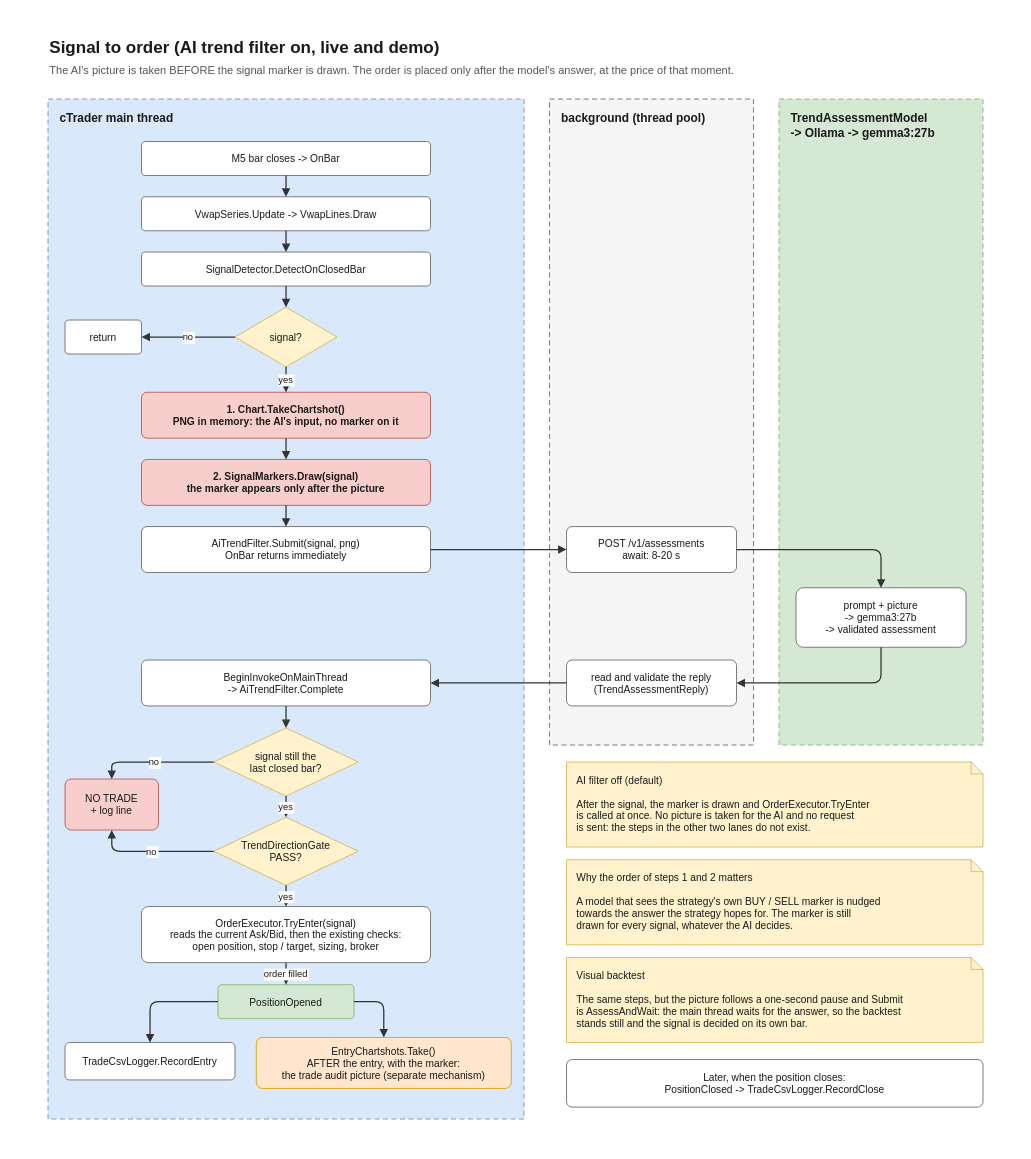
richardgong1987/VWAPTradeAI keeps this draw.io diagram as page "2. Signal to order" (2 of 6) of docs/architecture.drawio. Above is the earlier version. Source tidied: cells renumbered, new cells numbered last; positions are measured from the earlier drawing's top-left corner, leaving out a move shared by most shapes. Both pictures are drawn from the tidied source at 85%, with x=0, y=0 at pixel (14, 14).
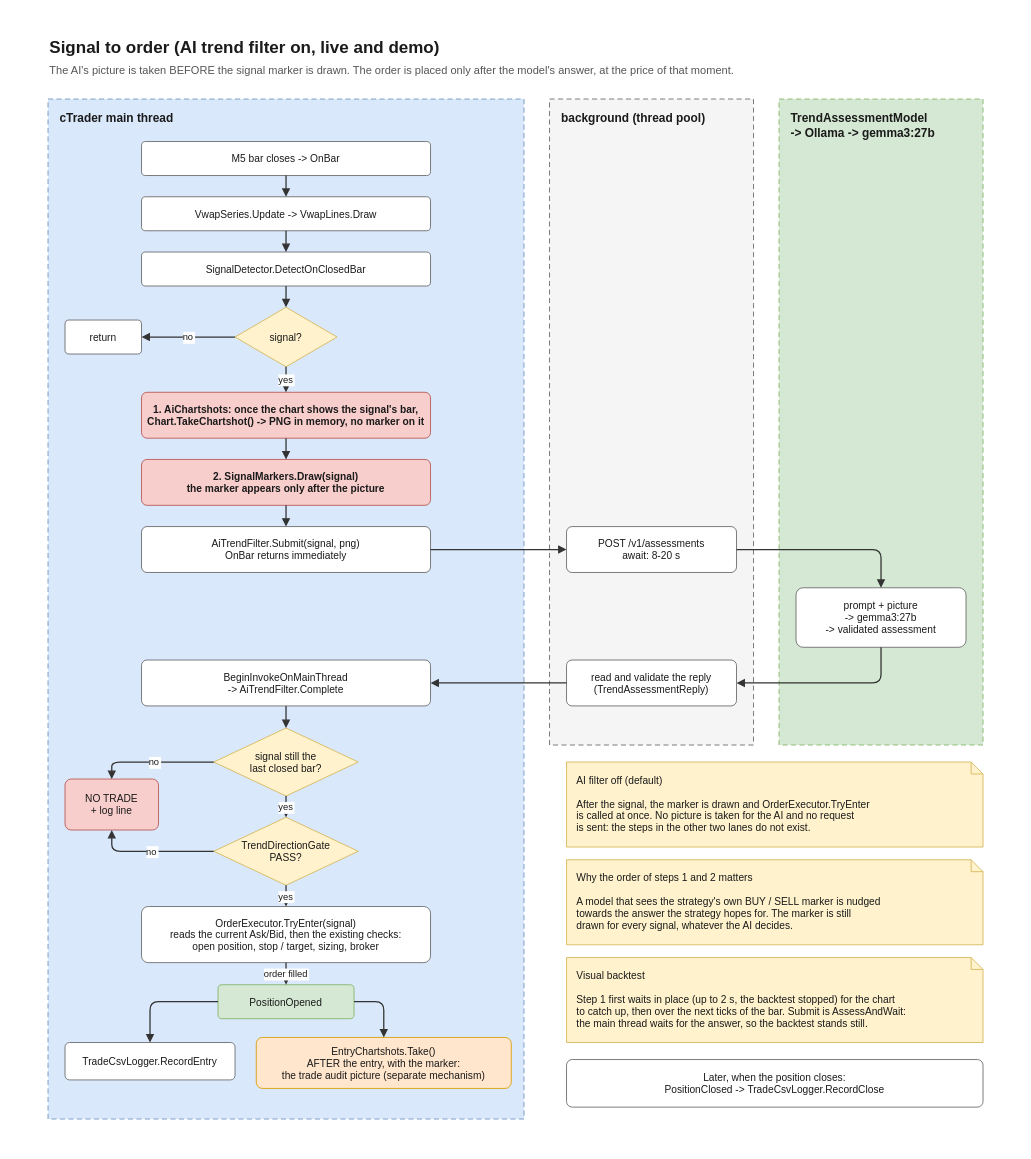
Above is the later version.

The edit, as a diff of the source:
```diff
@@
-    <mxCell id="12" value="1.  Chart.TakeChartshot()&#10;PNG in memory: the AI's input, no marker on it" style="html=0;fontFamily=Helvetica;fontColor=#1a1a1a;rounded=1;arcSize=12;fontSize=12;fillColor=#f8cecc;strokeColor=#b85450;fontStyle=1;" parent="1" vertex="1">
+    <mxCell id="12" value="1.  AiChartshots: once the chart shows the signal's bar,&#10;Chart.TakeChartshot() -&gt; PNG in memory, no marker on it" style="html=0;fontFamily=Helvetica;fontColor=#1a1a1a;rounded=1;arcSize=12;fontSize=12;fillColor=#f8cecc;strokeColor=#b85450;fontStyle=1;" parent="1" vertex="1">
       <mxGeometry x="150" y="445" width="340" height="54" as="geometry" />
     </mxCell>
@@
-    <mxCell id="49" value="Visual backtest&#10;&#10;The same steps, but the picture follows a one-second pause and Submit&#10;is AssessAndWait: the main thread waits for the answer, so the backtest&#10;stands still and the signal is decided on its own bar." style="html=0;fontFamily=Helvetica;fontColor=#1a1a1a;shape=note;size=14;fontSize=12;align=left;verticalAlign=top;spacingLeft=10;spacingTop=8;spacingRight=6;fillColor=#fff2cc;strokeColor=#d6b656;" parent="1" vertex="1">
+    <mxCell id="49" value="Visual backtest&#10;&#10;Step 1 first waits in place (up to 2 s, the backtest stopped) for the chart&#10;to catch up, then over the next ticks of the bar. Submit is AssessAndWait:&#10;the main thread waits for the answer, so the backtest stands still." style="html=0;fontFamily=Helvetica;fontColor=#1a1a1a;shape=note;size=14;fontSize=12;align=left;verticalAlign=top;spacingLeft=10;spacingTop=8;spacingRight=6;fillColor=#fff2cc;strokeColor=#d6b656;" parent="1" vertex="1">
       <mxGeometry x="650" y="1110" width="490" height="100" as="geometry" />
     </mxCell>
```
